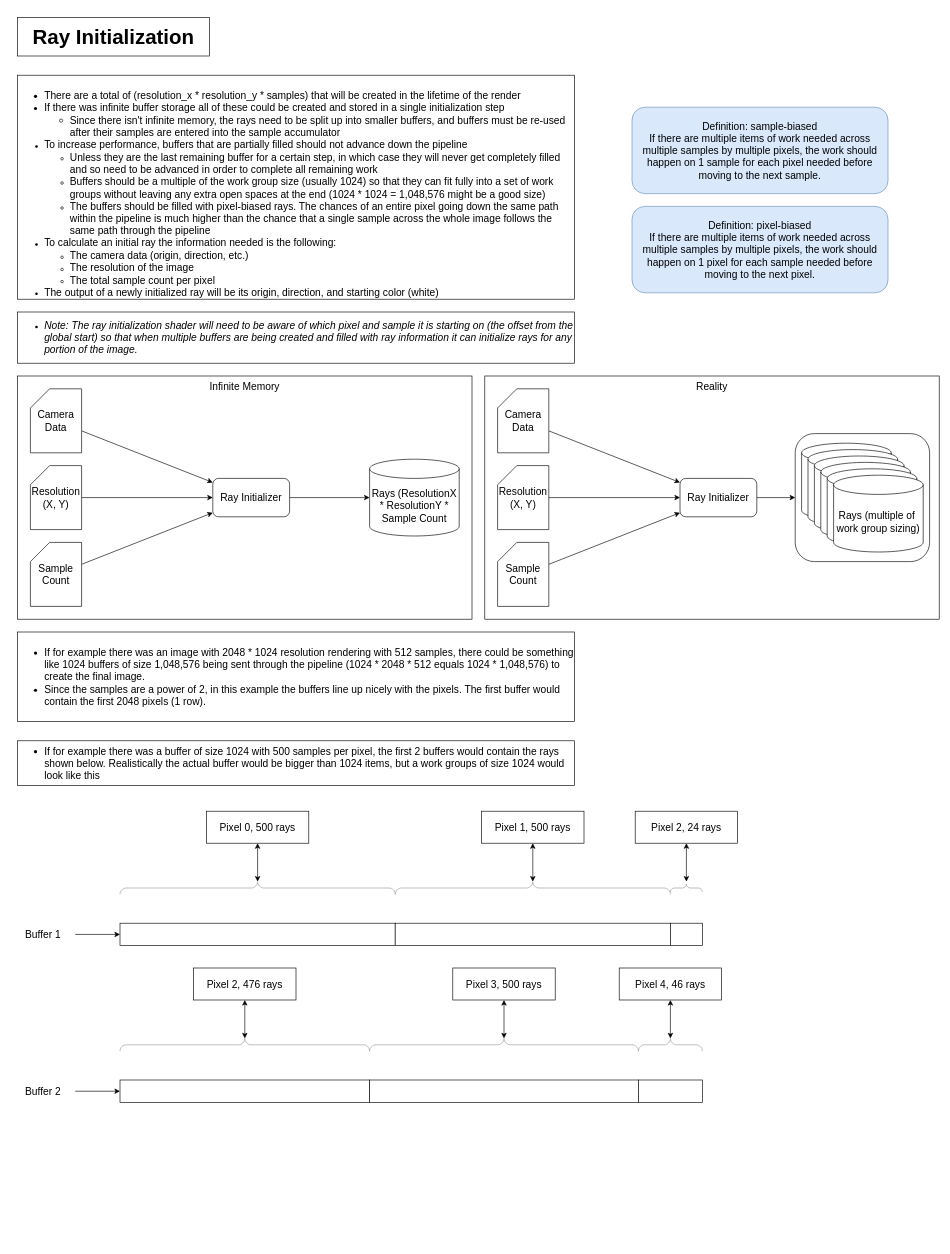
Earlier version of the draw.io diagram page "Ray Initialization" (2 of 6) of doc/Pipeline.drawio (Nicholas-Tuttle/RayTracer). Source tidied: cells renumbered, new cells numbered last; positions are measured from the earlier drawing's top-left corner, leaving out a move shared by most shapes. Both pictures are drawn from the tidied source at 64%, with x=0, y=0 at pixel (11, 17).
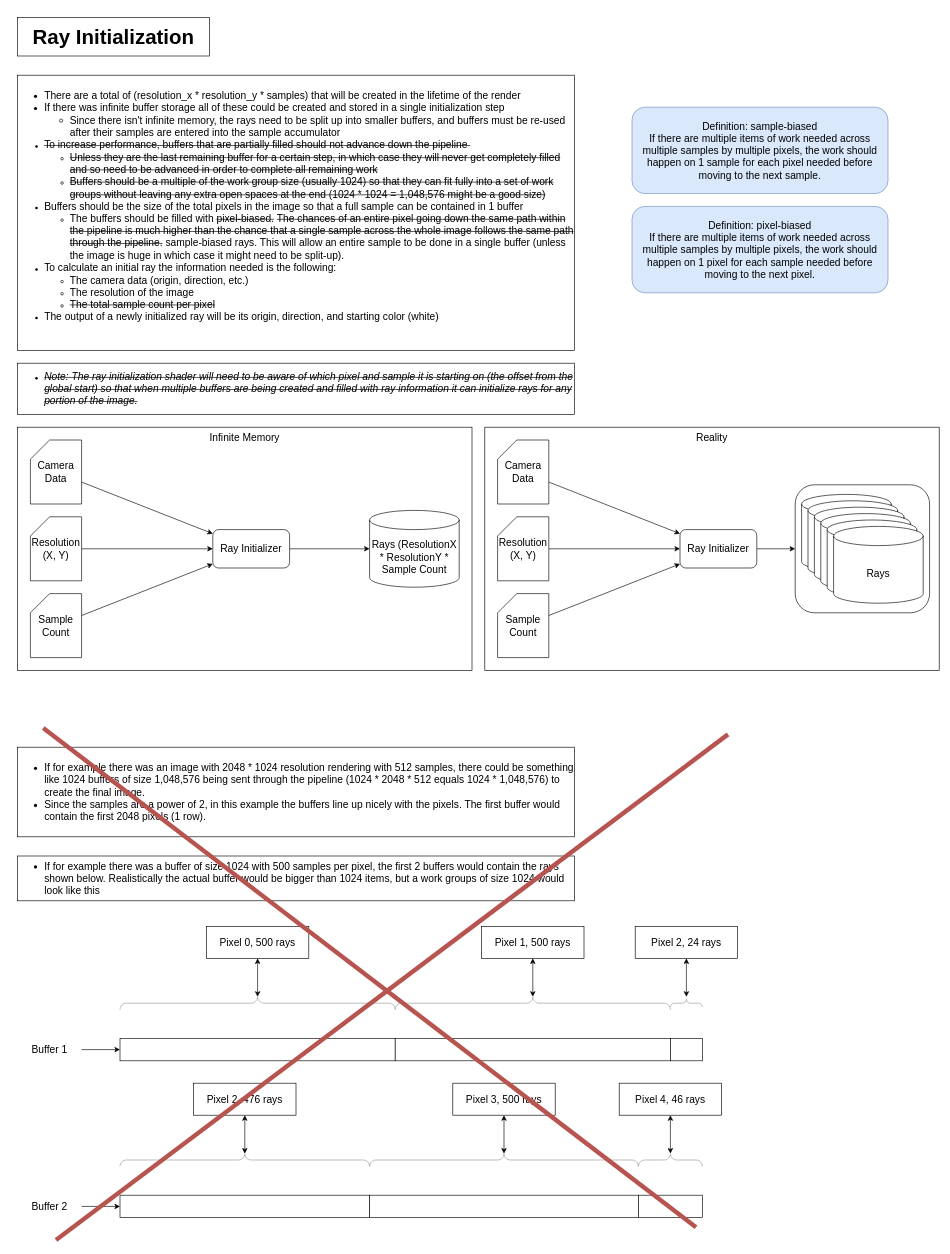
Above is the later version.

Change to the diagram source:
```diff
@@
     <mxCell id="2" value="Reality" style="rounded=0;whiteSpace=wrap;html=1;strokeColor=default;fontSize=16;fillColor=default;verticalAlign=top;" parent="1" vertex="1">
-      <mxGeometry x="740" y="560" width="710" height="380" as="geometry" />
+      <mxGeometry x="740" y="640" width="710" height="380" as="geometry" />
     </mxCell>
     <mxCell id="3" style="rounded=1;whiteSpace=wrap;html=1;strokeColor=default;fontSize=16;fillColor=default;" parent="1" vertex="1">
-      <mxGeometry x="1225" y="650" width="210" height="200" as="geometry" />
+      <mxGeometry x="1225" y="730" width="210" height="200" as="geometry" />
     </mxCell>
-    <mxCell id="4" value="&lt;h1&gt;&lt;/h1&gt;&lt;div style=&quot;&quot;&gt;&lt;ul style=&quot;&quot;&gt;&lt;li style=&quot;font-size: 16px;&quot;&gt;There are a total of (resolution_x * resolution_y * samples) that will be created in the lifetime of the render&lt;/li&gt;&lt;li style=&quot;font-size: 16px;&quot;&gt;If there was infinite buffer storage all of these could be created and stored in a single initialization step&amp;nbsp;&lt;/li&gt;&lt;ul style=&quot;font-size: 16px;&quot;&gt;&lt;li&gt;Since there isn't infinite memory, the rays need to be split up into smaller buffers, and buffers must be re-used after their samples are entered into the sample accumulator&lt;/li&gt;&lt;/ul&gt;&lt;li style=&quot;&quot;&gt;&lt;span style=&quot;font-size: 16px;&quot;&gt;To increase performance, buffers that are partially filled should not advance down the pipeline&amp;nbsp;&lt;/span&gt;&lt;/li&gt;&lt;ul&gt;&lt;li style=&quot;&quot;&gt;&lt;span style=&quot;font-size: 16px;&quot;&gt;Unless they are the last remaining buffer for a certain step, in which case they will never get completely filled and so need to be advanced in order to complete all remaining work&lt;/span&gt;&lt;/li&gt;&lt;li style=&quot;&quot;&gt;&lt;span style=&quot;font-size: 16px;&quot;&gt;Buffers should be a multiple of the work group size (usually 1024) so that they can fit fully into a set of work groups without leaving any extra open spaces at the end (1024 * 1024 =&amp;nbsp;1,048,576 might be a good size)&lt;/span&gt;&lt;/li&gt;&lt;li style=&quot;&quot;&gt;&lt;span style=&quot;font-size: 16px;&quot;&gt;The buffers should be filled with pixel-biased rays. The chances of an entire pixel going down the same path within the pipeline is much higher than the chance that a single sample across the whole image follows the same path through the pipeline&lt;/span&gt;&lt;/li&gt;&lt;/ul&gt;&lt;li&gt;&lt;span style=&quot;font-size: 16px;&quot;&gt;To calculate an initial ray the information needed is the following:&lt;/span&gt;&lt;/li&gt;&lt;ul&gt;&lt;li&gt;&lt;span style=&quot;font-size: 16px;&quot;&gt;The camera data (origin, direction, etc.)&lt;/span&gt;&lt;/li&gt;&lt;li&gt;&lt;span style=&quot;font-size: 16px;&quot;&gt;The resolution of the image&lt;/span&gt;&lt;/li&gt;&lt;li&gt;&lt;span style=&quot;font-size: 16px;&quot;&gt;The total sample count per pixel&lt;/span&gt;&lt;/li&gt;&lt;/ul&gt;&lt;li&gt;&lt;span style=&quot;font-size: 16px;&quot;&gt;The output of a newly initialized ray will be its origin, direction, and starting color (white)&lt;/span&gt;&lt;/li&gt;&lt;/ul&gt;&lt;/div&gt;" style="rounded=0;whiteSpace=wrap;html=1;align=left;strokeColor=default;fillColor=default;verticalAlign=top;" parent="1" vertex="1">
-      <mxGeometry x="10" y="90" width="870" height="350" as="geometry" />
+    <mxCell id="4" value="&lt;h1&gt;&lt;/h1&gt;&lt;div style=&quot;&quot;&gt;&lt;ul style=&quot;&quot;&gt;&lt;li style=&quot;font-size: 16px;&quot;&gt;There are a total of (resolution_x * resolution_y * samples) that will be created in the lifetime of the render&lt;/li&gt;&lt;li style=&quot;font-size: 16px;&quot;&gt;If there was infinite buffer storage all of these could be created and stored in a single initialization step&amp;nbsp;&lt;/li&gt;&lt;ul style=&quot;font-size: 16px;&quot;&gt;&lt;li&gt;Since there isn't infinite memory, the rays need to be split up into smaller buffers, and buffers must be re-used after their samples are entered into the sample accumulator&lt;/li&gt;&lt;/ul&gt;&lt;li style=&quot;&quot;&gt;&lt;span style=&quot;font-size: 16px;&quot;&gt;&lt;strike&gt;To increase performance, buffers that are partially filled should not advance down the pipeline&amp;nbsp;&lt;/strike&gt;&lt;/span&gt;&lt;/li&gt;&lt;ul&gt;&lt;li style=&quot;&quot;&gt;&lt;span style=&quot;font-size: 16px;&quot;&gt;&lt;strike&gt;Unless they are the last remaining buffer for a certain step, in which case they will never get completely filled and so need to be advanced in order to complete all remaining work&lt;/strike&gt;&lt;/span&gt;&lt;/li&gt;&lt;li style=&quot;&quot;&gt;&lt;span style=&quot;font-size: 16px;&quot;&gt;&lt;strike&gt;Buffers should be a multiple of the work group size (usually 1024) so that they can fit fully into a set of work groups without leaving any extra open spaces at the end (1024 * 1024 =&amp;nbsp;1,048,576 might be a good size)&lt;/strike&gt;&lt;/span&gt;&lt;/li&gt;&lt;/ul&gt;&lt;li&gt;&lt;span style=&quot;font-size: 16px; background-color: initial;&quot;&gt;Buffers should be the size of the total pixels in the image so that a full sample can be contained in 1 buffer&lt;/span&gt;&lt;br&gt;&lt;/li&gt;&lt;ul&gt;&lt;li style=&quot;&quot;&gt;&lt;span style=&quot;font-size: 16px;&quot;&gt;The buffers should be filled with &lt;strike&gt;pixel-biased.&lt;/strike&gt;&amp;nbsp;&lt;strike&gt;The chances of an entire pixel going down the same path within the pipeline is much higher than the chance that a single sample across the whole image follows the same path through the pipeline.&lt;/strike&gt;&amp;nbsp;sample-biased rays. This will allow an entire sample to be done in a single buffer (unless the image is huge in which case it might need to be split-up).&lt;/span&gt;&lt;/li&gt;&lt;/ul&gt;&lt;li&gt;&lt;span style=&quot;font-size: 16px;&quot;&gt;To calculate an initial ray the information needed is the following:&lt;/span&gt;&lt;/li&gt;&lt;ul&gt;&lt;li&gt;&lt;span style=&quot;font-size: 16px;&quot;&gt;The camera data (origin, direction, etc.)&lt;/span&gt;&lt;/li&gt;&lt;li&gt;&lt;span style=&quot;font-size: 16px;&quot;&gt;The resolution of the image&lt;/span&gt;&lt;/li&gt;&lt;li&gt;&lt;span style=&quot;font-size: 16px;&quot;&gt;&lt;strike&gt;The total sample count per pixel&lt;/strike&gt;&lt;/span&gt;&lt;/li&gt;&lt;/ul&gt;&lt;li&gt;&lt;span style=&quot;font-size: 16px;&quot;&gt;The output of a newly initialized ray will be its origin, direction, and starting color (white)&lt;/span&gt;&lt;/li&gt;&lt;/ul&gt;&lt;/div&gt;" style="rounded=0;whiteSpace=wrap;html=1;align=left;strokeColor=default;fillColor=default;verticalAlign=top;" parent="1" vertex="1">
+      <mxGeometry x="10" y="90" width="870" height="430" as="geometry" />
     </mxCell>
     <mxCell id="5" value="Infinite Memory" style="rounded=0;whiteSpace=wrap;html=1;strokeColor=default;fontSize=16;fillColor=default;verticalAlign=top;" parent="1" vertex="1">
-      <mxGeometry x="10" y="560" width="710" height="380" as="geometry" />
+      <mxGeometry x="10" y="640" width="710" height="380" as="geometry" />
     </mxCell>
@@
     <mxCell id="7" value="Ray Initializer" style="rounded=1;whiteSpace=wrap;html=1;strokeColor=default;fontSize=16;fillColor=default;" parent="1" vertex="1">
-      <mxGeometry x="315" y="720" width="120" height="60" as="geometry" />
+      <mxGeometry x="315" y="800" width="120" height="60" as="geometry" />
     </mxCell>
@@
     <mxCell id="9" value="Camera Data" style="shape=card;whiteSpace=wrap;html=1;strokeColor=default;fontSize=16;fillColor=default;" parent="1" vertex="1">
-      <mxGeometry x="30" y="580" width="80" height="100" as="geometry" />
+      <mxGeometry x="30" y="660" width="80" height="100" as="geometry" />
     </mxCell>
@@
     <mxCell id="11" value="Resolution&lt;br&gt;(X, Y)" style="shape=card;whiteSpace=wrap;html=1;strokeColor=default;fontSize=16;fillColor=default;" parent="1" vertex="1">
-      <mxGeometry x="30" y="700" width="80" height="100" as="geometry" />
+      <mxGeometry x="30" y="780" width="80" height="100" as="geometry" />
     </mxCell>
@@
     <mxCell id="13" value="Sample Count" style="shape=card;whiteSpace=wrap;html=1;strokeColor=default;fontSize=16;fillColor=default;" parent="1" vertex="1">
-      <mxGeometry x="30" y="820" width="80" height="100" as="geometry" />
+      <mxGeometry x="30" y="900" width="80" height="100" as="geometry" />
     </mxCell>
     <mxCell id="14" value="Rays (ResolutionX * ResolutionY * Sample Count" style="shape=cylinder3;whiteSpace=wrap;html=1;boundedLbl=1;backgroundOutline=1;size=15;strokeColor=default;fontSize=16;fillColor=default;" parent="1" vertex="1">
-      <mxGeometry x="560" y="690" width="140" height="120" as="geometry" />
+      <mxGeometry x="560" y="770" width="140" height="120" as="geometry" />
     </mxCell>
@@
     <mxCell id="16" value="Ray Initializer" style="rounded=1;whiteSpace=wrap;html=1;strokeColor=default;fontSize=16;fillColor=default;" parent="1" vertex="1">
-      <mxGeometry x="1045" y="720" width="120" height="60" as="geometry" />
+      <mxGeometry x="1045" y="800" width="120" height="60" as="geometry" />
     </mxCell>
@@
     <mxCell id="18" value="Camera Data" style="shape=card;whiteSpace=wrap;html=1;strokeColor=default;fontSize=16;fillColor=default;" parent="1" vertex="1">
-      <mxGeometry x="760" y="580" width="80" height="100" as="geometry" />
+      <mxGeometry x="760" y="660" width="80" height="100" as="geometry" />
     </mxCell>
@@
     <mxCell id="20" value="Resolution&lt;br&gt;(X, Y)" style="shape=card;whiteSpace=wrap;html=1;strokeColor=default;fontSize=16;fillColor=default;" parent="1" vertex="1">
-      <mxGeometry x="760" y="700" width="80" height="100" as="geometry" />
+      <mxGeometry x="760" y="780" width="80" height="100" as="geometry" />
     </mxCell>
@@
     <mxCell id="22" value="Sample Count" style="shape=card;whiteSpace=wrap;html=1;strokeColor=default;fontSize=16;fillColor=default;" parent="1" vertex="1">
-      <mxGeometry x="760" y="820" width="80" height="100" as="geometry" />
+      <mxGeometry x="760" y="900" width="80" height="100" as="geometry" />
     </mxCell>
     <mxCell id="23" style="shape=cylinder3;whiteSpace=wrap;html=1;boundedLbl=1;backgroundOutline=1;size=15;strokeColor=default;fontSize=16;fillColor=default;" parent="1" vertex="1">
-      <mxGeometry x="1235" y="665" width="140" height="120" as="geometry" />
+      <mxGeometry x="1235" y="745" width="140" height="120" as="geometry" />
     </mxCell>
     <mxCell id="24" style="shape=cylinder3;whiteSpace=wrap;html=1;boundedLbl=1;backgroundOutline=1;size=15;strokeColor=default;fontSize=16;fillColor=default;" parent="1" vertex="1">
-      <mxGeometry x="1245" y="675" width="140" height="120" as="geometry" />
+      <mxGeometry x="1245" y="755" width="140" height="120" as="geometry" />
     </mxCell>
     <mxCell id="25" style="shape=cylinder3;whiteSpace=wrap;html=1;boundedLbl=1;backgroundOutline=1;size=15;strokeColor=default;fontSize=16;fillColor=default;" parent="1" vertex="1">
-      <mxGeometry x="1255" y="685" width="140" height="120" as="geometry" />
+      <mxGeometry x="1255" y="765" width="140" height="120" as="geometry" />
     </mxCell>
     <mxCell id="26" style="shape=cylinder3;whiteSpace=wrap;html=1;boundedLbl=1;backgroundOutline=1;size=15;strokeColor=default;fontSize=16;fillColor=default;" parent="1" vertex="1">
-      <mxGeometry x="1265" y="695" width="140" height="120" as="geometry" />
+      <mxGeometry x="1265" y="775" width="140" height="120" as="geometry" />
     </mxCell>
     <mxCell id="27" style="shape=cylinder3;whiteSpace=wrap;html=1;boundedLbl=1;backgroundOutline=1;size=15;strokeColor=default;fontSize=16;fillColor=default;" parent="1" vertex="1">
-      <mxGeometry x="1275" y="705" width="140" height="120" as="geometry" />
+      <mxGeometry x="1275" y="785" width="140" height="120" as="geometry" />
     </mxCell>
-    <mxCell id="28" value="Rays (multiple of&amp;nbsp; work group sizing)" style="shape=cylinder3;whiteSpace=wrap;html=1;boundedLbl=1;backgroundOutline=1;size=15;strokeColor=default;fontSize=16;fillColor=default;" parent="1" vertex="1">
-      <mxGeometry x="1285" y="715" width="140" height="120" as="geometry" />
+    <mxCell id="28" value="Rays" style="shape=cylinder3;whiteSpace=wrap;html=1;boundedLbl=1;backgroundOutline=1;size=15;strokeColor=default;fontSize=16;fillColor=default;" parent="1" vertex="1">
+      <mxGeometry x="1285" y="795" width="140" height="120" as="geometry" />
     </mxCell>
@@
     <mxCell id="31" style="rounded=0;whiteSpace=wrap;html=1;strokeColor=default;fontSize=16;fillColor=default;" parent="1" vertex="1">
-      <mxGeometry x="170" y="1415" width="430" height="35" as="geometry" />
+      <mxGeometry x="170" y="1595" width="430" height="35" as="geometry" />
     </mxCell>
     <mxCell id="32" style="rounded=0;whiteSpace=wrap;html=1;strokeColor=default;fontSize=16;fillColor=default;" parent="1" vertex="1">
-      <mxGeometry x="600" y="1415" width="430" height="35" as="geometry" />
+      <mxGeometry x="600" y="1595" width="430" height="35" as="geometry" />
     </mxCell>
     <mxCell id="33" style="rounded=0;whiteSpace=wrap;html=1;strokeColor=default;fontSize=16;fillColor=default;" parent="1" vertex="1">
-      <mxGeometry x="1030" y="1415" width="50" height="35" as="geometry" />
+      <mxGeometry x="1030" y="1595" width="50" height="35" as="geometry" />
     </mxCell>
@@
     <mxCell id="35" style="verticalLabelPosition=bottom;shadow=0;dashed=0;align=center;html=1;verticalAlign=top;strokeWidth=1;shape=mxgraph.mockup.markup.curlyBrace;strokeColor=#999999;fontSize=16;fillColor=default;" parent="1" vertex="1">
-      <mxGeometry x="170" y="1350" width="430" height="20" as="geometry" />
+      <mxGeometry x="170" y="1530" width="430" height="20" as="geometry" />
     </mxCell>
@@
     <mxCell id="37" style="verticalLabelPosition=bottom;shadow=0;dashed=0;align=center;html=1;verticalAlign=top;strokeWidth=1;shape=mxgraph.mockup.markup.curlyBrace;strokeColor=#999999;fontSize=16;fillColor=default;" parent="1" vertex="1">
-      <mxGeometry x="600" y="1350" width="430" height="20" as="geometry" />
+      <mxGeometry x="600" y="1530" width="430" height="20" as="geometry" />
     </mxCell>
@@
     <mxCell id="39" style="verticalLabelPosition=bottom;shadow=0;dashed=0;align=center;html=1;verticalAlign=top;strokeWidth=1;shape=mxgraph.mockup.markup.curlyBrace;strokeColor=#999999;fontSize=16;fillColor=default;" parent="1" vertex="1">
-      <mxGeometry x="1030" y="1350" width="50" height="20" as="geometry" />
+      <mxGeometry x="1030" y="1530" width="50" height="20" as="geometry" />
     </mxCell>
     <mxCell id="40" value="&lt;ul&gt;&lt;li&gt;If for example there was a buffer of size 1024 with 500 samples per pixel, the first 2 buffers would contain the rays shown below. Realistically the actual buffer would be bigger than 1024 items, but a work groups of size 1024 would look like this&lt;/li&gt;&lt;/ul&gt;" style="rounded=0;whiteSpace=wrap;html=1;strokeColor=default;fontSize=16;fillColor=default;align=left;" parent="1" vertex="1">
-      <mxGeometry x="10" y="1130" width="870" height="70" as="geometry" />
+      <mxGeometry x="10" y="1310" width="870" height="70" as="geometry" />
     </mxCell>
     <mxCell id="41" value="Pixel 0, 500 rays" style="rounded=0;whiteSpace=wrap;html=1;strokeColor=default;fontSize=16;fillColor=default;" parent="1" vertex="1">
-      <mxGeometry x="305" y="1240" width="160" height="50" as="geometry" />
+      <mxGeometry x="305" y="1420" width="160" height="50" as="geometry" />
     </mxCell>
     <mxCell id="42" value="Pixel 1, 500 rays" style="rounded=0;whiteSpace=wrap;html=1;strokeColor=default;fontSize=16;fillColor=default;" parent="1" vertex="1">
-      <mxGeometry x="735" y="1240" width="160" height="50" as="geometry" />
+      <mxGeometry x="735" y="1420" width="160" height="50" as="geometry" />
     </mxCell>
     <mxCell id="43" value="Pixel 2, 24 rays" style="rounded=0;whiteSpace=wrap;html=1;strokeColor=default;fontSize=16;fillColor=default;" parent="1" vertex="1">
-      <mxGeometry x="975" y="1240" width="160" height="50" as="geometry" />
+      <mxGeometry x="975" y="1420" width="160" height="50" as="geometry" />
     </mxCell>
     <mxCell id="44" style="rounded=0;whiteSpace=wrap;html=1;strokeColor=default;fontSize=16;fillColor=default;" parent="1" vertex="1">
-      <mxGeometry x="170" y="1660" width="390" height="35" as="geometry" />
+      <mxGeometry x="170" y="1840" width="390" height="35" as="geometry" />
     </mxCell>
     <mxCell id="45" style="rounded=0;whiteSpace=wrap;html=1;strokeColor=default;fontSize=16;fillColor=default;" parent="1" vertex="1">
-      <mxGeometry x="560" y="1660" width="420" height="35" as="geometry" />
+      <mxGeometry x="560" y="1840" width="420" height="35" as="geometry" />
     </mxCell>
     <mxCell id="46" style="rounded=0;whiteSpace=wrap;html=1;strokeColor=default;fontSize=16;fillColor=default;" parent="1" vertex="1">
-      <mxGeometry x="980" y="1660" width="100" height="35" as="geometry" />
+      <mxGeometry x="980" y="1840" width="100" height="35" as="geometry" />
     </mxCell>
@@
     <mxCell id="48" style="verticalLabelPosition=bottom;shadow=0;dashed=0;align=center;html=1;verticalAlign=top;strokeWidth=1;shape=mxgraph.mockup.markup.curlyBrace;strokeColor=#999999;fontSize=16;fillColor=default;" parent="1" vertex="1">
-      <mxGeometry x="170" y="1595" width="390" height="20" as="geometry" />
+      <mxGeometry x="170" y="1775" width="390" height="20" as="geometry" />
     </mxCell>
@@
     <mxCell id="50" style="verticalLabelPosition=bottom;shadow=0;dashed=0;align=center;html=1;verticalAlign=top;strokeWidth=1;shape=mxgraph.mockup.markup.curlyBrace;strokeColor=#999999;fontSize=16;fillColor=default;" parent="1" vertex="1">
-      <mxGeometry x="560" y="1595" width="420" height="20" as="geometry" />
+      <mxGeometry x="560" y="1775" width="420" height="20" as="geometry" />
     </mxCell>
@@
     <mxCell id="52" style="verticalLabelPosition=bottom;shadow=0;dashed=0;align=center;html=1;verticalAlign=top;strokeWidth=1;shape=mxgraph.mockup.markup.curlyBrace;strokeColor=#999999;fontSize=16;fillColor=default;" parent="1" vertex="1">
-      <mxGeometry x="980" y="1595" width="100" height="20" as="geometry" />
+      <mxGeometry x="980" y="1775" width="100" height="20" as="geometry" />
     </mxCell>
     <mxCell id="53" value="Pixel 2, 476 rays" style="rounded=0;whiteSpace=wrap;html=1;strokeColor=default;fontSize=16;fillColor=default;" parent="1" vertex="1">
-      <mxGeometry x="285" y="1485" width="160" height="50" as="geometry" />
+      <mxGeometry x="285" y="1665" width="160" height="50" as="geometry" />
     </mxCell>
     <mxCell id="54" value="Pixel 3, 500 rays" style="rounded=0;whiteSpace=wrap;html=1;strokeColor=default;fontSize=16;fillColor=default;" parent="1" vertex="1">
-      <mxGeometry x="690" y="1485" width="160" height="50" as="geometry" />
+      <mxGeometry x="690" y="1665" width="160" height="50" as="geometry" />
     </mxCell>
     <mxCell id="55" value="Pixel 4, 46 rays" style="rounded=0;whiteSpace=wrap;html=1;strokeColor=default;fontSize=16;fillColor=default;" parent="1" vertex="1">
-      <mxGeometry x="950" y="1485" width="160" height="50" as="geometry" />
+      <mxGeometry x="950" y="1665" width="160" height="50" as="geometry" />
     </mxCell>
     <mxCell id="56" value="&lt;h1 style=&quot;font-size: 16px;&quot;&gt;&lt;p style=&quot;font-size: 16px;&quot;&gt;&lt;/p&gt;&lt;p&gt;&lt;/p&gt;&lt;ul&gt;&lt;li&gt;&lt;span style=&quot;font-weight: normal;&quot;&gt;If for example there was an image with 2048 * 1024 resolution rendering with 512 samples, there could be something like 1024 buffers of size 1,048,576 being sent through the pipeline (1024 * 2048 * 512 equals 1024 * 1,048,576) to create the final image.&lt;/span&gt;&lt;/li&gt;&lt;li&gt;&lt;span style=&quot;font-weight: normal;&quot;&gt;Since the samples are a power of 2, in this example the buffers line up nicely with the pixels. The first buffer would contain the first 2048 pixels (1 row).&lt;/span&gt;&lt;/li&gt;&lt;/ul&gt;&lt;p&gt;&lt;/p&gt;&lt;p&gt;&lt;/p&gt;&lt;/h1&gt;" style="rounded=0;whiteSpace=wrap;html=1;align=left;strokeColor=default;fillColor=default;verticalAlign=top;" parent="1" vertex="1">
-      <mxGeometry x="10" y="960" width="870" height="140" as="geometry" />
+      <mxGeometry x="10" y="1140" width="870" height="140" as="geometry" />
     </mxCell>
@@
-    <mxCell id="58" value="&lt;ul style=&quot;font-size: 12px;&quot;&gt;&lt;li&gt;&lt;span style=&quot;font-size: 16px;&quot;&gt;&lt;i&gt;Note: The ray initialization shader will need to be aware of which pixel and sample it is starting on (the offset from the global start) so that when multiple buffers are being created and filled with ray information it can initialize rays for any portion of the image.&lt;/i&gt;&lt;/span&gt;&lt;/li&gt;&lt;/ul&gt;" style="rounded=0;whiteSpace=wrap;html=1;strokeColor=default;fontSize=16;fillColor=default;align=left;" parent="1" vertex="1">
-      <mxGeometry x="10" y="460" width="870" height="80" as="geometry" />
+    <mxCell id="58" value="&lt;ul style=&quot;font-size: 12px;&quot;&gt;&lt;li&gt;&lt;span style=&quot;font-size: 16px;&quot;&gt;&lt;i&gt;&lt;strike&gt;Note: The ray initialization shader will need to be aware of which pixel and sample it is starting on (the offset from the global start) so that when multiple buffers are being created and filled with ray information it can initialize rays for any portion of the image.&lt;/strike&gt;&lt;/i&gt;&lt;/span&gt;&lt;/li&gt;&lt;/ul&gt;" style="rounded=0;whiteSpace=wrap;html=1;strokeColor=default;fontSize=16;fillColor=default;align=left;" parent="1" vertex="1">
+      <mxGeometry x="10" y="540" width="870" height="80" as="geometry" />
     </mxCell>
@@
     <mxCell id="60" value="Buffer 1" style="rounded=0;whiteSpace=wrap;html=1;strokeColor=none;fontSize=16;fillColor=none;" parent="1" vertex="1">
-      <mxGeometry y="1418.8" width="100" height="27.5" as="geometry" />
+      <mxGeometry x="10" y="1598.8" width="100" height="27.5" as="geometry" />
     </mxCell>
@@
     <mxCell id="62" value="Buffer 2" style="rounded=0;whiteSpace=wrap;html=1;strokeColor=none;fontSize=16;fillColor=none;" parent="1" vertex="1">
-      <mxGeometry y="1663.8" width="100" height="27.5" as="geometry" />
+      <mxGeometry x="10" y="1843.8" width="100" height="27.5" as="geometry" />
     </mxCell>
+    <mxCell id="63" style="endArrow=none;html=1;rounded=0;strokeWidth=7;fillColor=#f8cecc;strokeColor=#b85450;" parent="1" edge="1">
+      <mxGeometry relative="1" as="geometry">
+        <mxPoint x="1070" y="1890" as="sourcePoint" />
+        <mxPoint x="50" y="1110" as="targetPoint" />
+      </mxGeometry>
+    </mxCell>
+    <mxCell id="64" style="endArrow=none;html=1;rounded=0;strokeWidth=7;fillColor=#f8cecc;strokeColor=#b85450;" parent="1" edge="1">
+      <mxGeometry relative="1" as="geometry">
+        <mxPoint x="1120" y="1120" as="sourcePoint" />
+        <mxPoint x="70" y="1910" as="targetPoint" />
+      </mxGeometry>
+    </mxCell>
```
